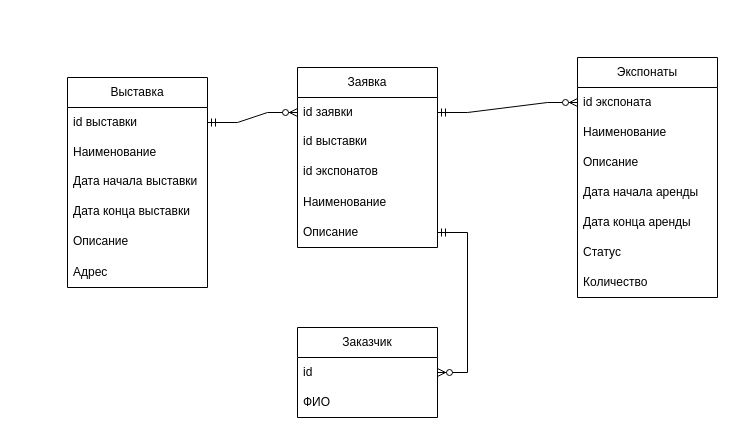
Above: Музей.drawio in Shalapai2009/Project (draw.io), before the change. Source tidied: cells renumbered, new cells numbered last; positions are measured from the earlier drawing's top-left corner, leaving out a move shared by most shapes. Both pictures are drawn from the tidied source at 100%, with x=0, y=0 at pixel (67, 57).
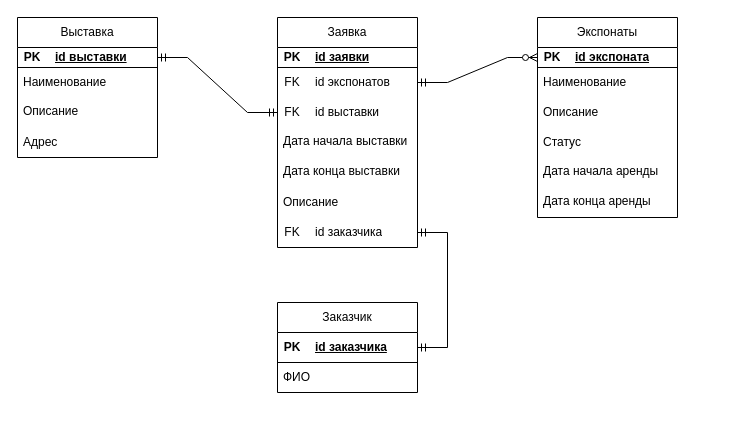
After the change.

Change to the diagram source:
```diff
@@
     <mxCell id="2" value="Экспонаты" style="swimlane;fontStyle=0;horizontal=1;startSize=30;whiteSpace=wrap;html=1;" parent="1" vertex="1">
-      <mxGeometry x="510" width="140" height="240" as="geometry" />
+      <mxGeometry x="470" y="-40" width="140" height="200" as="geometry" />
     </mxCell>
+    <mxCell id="29" style="shape=table;startSize=0;childLayout=tableLayout;rowLines=0;fontStyle=0;align=center;strokeColor=none;fillColor=none;" parent="2" vertex="1">
+      <mxGeometry y="30" width="140" height="20" as="geometry" />
+    </mxCell>
+    <mxCell id="30" style="shape=tableRow;horizontal=0;startSize=0;swimlaneHead=0;swimlaneBody=0;fillColor=none;points=[[0,0.5],[1,0.5]];portConstraint=eastwest;top=0;left=0;right=0;bottom=1;" parent="29" vertex="1">
+      <mxGeometry width="140" height="20" as="geometry" />
+    </mxCell>
+    <mxCell id="31" value="PK" style="shape=partialRectangle;fillColor=none;top=0;left=0;bottom=0;right=0;fontStyle=1;overflow=hidden;whiteSpace=wrap;html=1;" parent="30" vertex="1">
+      <mxGeometry width="30" height="20" as="geometry" />
+    </mxCell>
-    <mxCell id="3" value="id экспоната" style="text;strokeColor=none;fillColor=none;align=left;verticalAlign=middle;spacingLeft=4;spacingRight=4;overflow=hidden;points=[[0,0.5],[1,0.5]];portConstraint=eastwest;whiteSpace=wrap;html=1;" parent="2" vertex="1">
-      <mxGeometry y="30" width="140" height="30" as="geometry" />
+    <mxCell id="3" value="id экспоната" style="shape=partialRectangle;fillColor=none;top=0;left=0;bottom=0;right=0;align=left;spacingLeft=6;fontStyle=5;overflow=hidden;whiteSpace=wrap;html=1;" parent="30" vertex="1">
+      <mxGeometry x="30" width="110" height="20" as="geometry" />
     </mxCell>
     <mxCell id="4" value="Наименование" style="text;strokeColor=none;fillColor=none;align=left;verticalAlign=middle;spacingLeft=4;spacingRight=4;overflow=hidden;whiteSpace=wrap;html=1;" parent="2" vertex="1">
-      <mxGeometry y="60" width="140" height="30" as="geometry" />
+      <mxGeometry y="50" width="140" height="30" as="geometry" />
     </mxCell>
     <mxCell id="5" value="Описание" style="text;strokeColor=none;fillColor=none;align=left;verticalAlign=middle;spacingLeft=4;spacingRight=4;overflow=hidden;whiteSpace=wrap;html=1;" parent="2" vertex="1">
-      <mxGeometry y="90" width="140" height="30" as="geometry" />
+      <mxGeometry y="80" width="140" height="30" as="geometry" />
     </mxCell>
+    <mxCell id="8" value="Статус" style="text;strokeColor=none;fillColor=none;align=left;verticalAlign=middle;spacingLeft=4;spacingRight=4;overflow=hidden;whiteSpace=wrap;html=1;" parent="2" vertex="1">
+      <mxGeometry y="110" width="140" height="30" as="geometry" />
+    </mxCell>
-    <mxCell id="6" value="Дата начала аренды" style="text;strokeColor=none;fillColor=none;align=left;verticalAlign=middle;spacingLeft=4;spacingRight=4;overflow=hidden;whiteSpace=wrap;html=1;" parent="2" vertex="1">
-      <mxGeometry y="120" width="140" height="30" as="geometry" />
+    <mxCell id="6" value="Дата начала аренды" style="text;strokeColor=none;fillColor=none;spacingLeft=4;spacingRight=4;overflow=hidden;fontSize=12;whiteSpace=wrap;html=1;" parent="2" vertex="1">
+      <mxGeometry y="140" width="140" height="30" as="geometry" />
     </mxCell>
-    <mxCell id="7" value="Дата конца аренды" style="text;strokeColor=none;fillColor=none;align=left;verticalAlign=middle;spacingLeft=4;spacingRight=4;overflow=hidden;whiteSpace=wrap;html=1;" parent="2" vertex="1">
-      <mxGeometry y="150" width="140" height="30" as="geometry" />
+    <mxCell id="7" value="Дата конца аренды" style="text;strokeColor=none;fillColor=none;spacingLeft=4;spacingRight=4;overflow=hidden;fontSize=12;whiteSpace=wrap;html=1;" parent="2" vertex="1">
+      <mxGeometry y="170" width="140" height="30" as="geometry" />
     </mxCell>
-    <mxCell id="8" value="Статус" style="text;strokeColor=none;fillColor=none;align=left;verticalAlign=middle;spacingLeft=4;spacingRight=4;overflow=hidden;whiteSpace=wrap;html=1;" parent="2" vertex="1">
-      <mxGeometry y="180" width="140" height="30" as="geometry" />
-    </mxCell>
-    <mxCell id="9" value="Количество" style="text;strokeColor=none;fillColor=none;align=left;verticalAlign=middle;spacingLeft=4;spacingRight=4;overflow=hidden;whiteSpace=wrap;html=1;" parent="2" vertex="1">
-      <mxGeometry y="210" width="140" height="30" as="geometry" />
-    </mxCell>
     <mxCell id="10" value="Выставка" style="swimlane;fontStyle=0;horizontal=1;startSize=30;whiteSpace=wrap;html=1;" parent="1" vertex="1">
-      <mxGeometry y="20" width="140" height="210" as="geometry" />
+      <mxGeometry x="-50" y="-40" width="140" height="140" as="geometry" />
     </mxCell>
-    <mxCell id="11" value="id выставки" style="text;strokeColor=none;fillColor=none;align=left;verticalAlign=middle;spacingLeft=4;spacingRight=4;overflow=hidden;points=[[0,0.5],[1,0.5]];portConstraint=eastwest;whiteSpace=wrap;html=1;" parent="10" vertex="1">
-      <mxGeometry y="30" width="140" height="30" as="geometry" />
-    </mxCell>
+    <mxCell id="32" style="shape=table;startSize=0;childLayout=tableLayout;rowLines=0;fontStyle=0;align=center;strokeColor=none;fillColor=none;" parent="10" vertex="1">
+      <mxGeometry y="30" width="140" height="20" as="geometry" />
+    </mxCell>
+    <mxCell id="33" style="shape=tableRow;horizontal=0;startSize=0;swimlaneHead=0;swimlaneBody=0;fillColor=none;points=[[0,0.5],[1,0.5]];portConstraint=eastwest;top=0;left=0;right=0;bottom=1;" parent="32" vertex="1">
+      <mxGeometry width="140" height="20" as="geometry" />
+    </mxCell>
+    <mxCell id="34" value="PK" style="shape=partialRectangle;fillColor=none;top=0;left=0;bottom=0;right=0;fontStyle=1;overflow=hidden;whiteSpace=wrap;html=1;" parent="33" vertex="1">
+      <mxGeometry width="30" height="20" as="geometry" />
+    </mxCell>
+    <mxCell id="35" value="id выставки" style="shape=partialRectangle;fillColor=none;top=0;left=0;bottom=0;right=0;align=left;spacingLeft=6;fontStyle=5;overflow=hidden;whiteSpace=wrap;html=1;" parent="33" vertex="1">
+      <mxGeometry x="30" width="110" height="20" as="geometry" />
+    </mxCell>
     <mxCell id="12" value="Наименование" style="text;strokeColor=none;fillColor=none;align=left;verticalAlign=middle;spacingLeft=4;spacingRight=4;overflow=hidden;whiteSpace=wrap;html=1;" parent="10" vertex="1">
-      <mxGeometry y="60" width="140" height="30" as="geometry" />
+      <mxGeometry y="50" width="140" height="30" as="geometry" />
     </mxCell>
-    <mxCell id="13" value="Дата начала выставки" style="text;strokeColor=none;fillColor=none;spacingLeft=4;spacingRight=4;overflow=hidden;fontSize=12;whiteSpace=wrap;html=1;" parent="10" vertex="1">
-      <mxGeometry y="90" width="140" height="30" as="geometry" />
-    </mxCell>
-    <mxCell id="14" value="Дата конца выставки" style="text;strokeColor=none;fillColor=none;spacingLeft=4;spacingRight=4;overflow=hidden;fontSize=12;whiteSpace=wrap;html=1;" parent="10" vertex="1">
-      <mxGeometry y="120" width="140" height="30" as="geometry" />
-    </mxCell>
     <mxCell id="15" value="Описание" style="text;strokeColor=none;fillColor=none;spacingLeft=4;spacingRight=4;overflow=hidden;fontSize=12;whiteSpace=wrap;html=1;" parent="10" vertex="1">
-      <mxGeometry y="150" width="140" height="30" as="geometry" />
+      <mxGeometry y="80" width="140" height="30" as="geometry" />
     </mxCell>
     <mxCell id="16" value="Адрес" style="text;strokeColor=none;fillColor=none;align=left;verticalAlign=middle;spacingLeft=4;spacingRight=4;overflow=hidden;whiteSpace=wrap;html=1;" parent="10" vertex="1">
-      <mxGeometry y="180" width="140" height="30" as="geometry" />
+      <mxGeometry y="110" width="140" height="30" as="geometry" />
     </mxCell>
     <mxCell id="17" value="Заказчик" style="swimlane;fontStyle=0;horizontal=1;startSize=30;whiteSpace=wrap;html=1;" parent="1" vertex="1">
-      <mxGeometry x="230" y="270" width="140" height="90" as="geometry" />
+      <mxGeometry x="210" y="245" width="140" height="90" as="geometry" />
     </mxCell>
-    <mxCell id="18" value="id" style="text;strokeColor=none;fillColor=none;align=left;verticalAlign=middle;spacingLeft=4;spacingRight=4;overflow=hidden;points=[[0,0.5],[1,0.5]];portConstraint=eastwest;whiteSpace=wrap;html=1;" parent="17" vertex="1">
-      <mxGeometry y="30" width="140" height="30" as="geometry" />
-    </mxCell>
+    <mxCell id="36" style="shape=table;startSize=0;childLayout=tableLayout;rowLines=0;fontStyle=0;align=center;strokeColor=none;fillColor=none;" parent="17" vertex="1">
+      <mxGeometry y="30" width="140" height="30" as="geometry" />
+    </mxCell>
+    <mxCell id="37" style="shape=tableRow;horizontal=0;startSize=0;swimlaneHead=0;swimlaneBody=0;fillColor=none;points=[[0,0.5],[1,0.5]];portConstraint=eastwest;top=0;left=0;right=0;bottom=1;" parent="36" vertex="1">
+      <mxGeometry width="140" height="30" as="geometry" />
+    </mxCell>
+    <mxCell id="38" value="PK" style="shape=partialRectangle;fillColor=none;top=0;left=0;bottom=0;right=0;fontStyle=1;overflow=hidden;whiteSpace=wrap;html=1;" parent="37" vertex="1">
+      <mxGeometry width="30" height="30" as="geometry" />
+    </mxCell>
+    <mxCell id="39" value="id заказчика" style="shape=partialRectangle;fillColor=none;top=0;left=0;bottom=0;right=0;align=left;spacingLeft=6;fontStyle=5;overflow=hidden;whiteSpace=wrap;html=1;" parent="37" vertex="1">
+      <mxGeometry x="30" width="110" height="30" as="geometry" />
+    </mxCell>
@@
     <mxCell id="20" value="Заявка" style="swimlane;fontStyle=0;horizontal=1;startSize=30;whiteSpace=wrap;html=1;" parent="1" vertex="1">
-      <mxGeometry x="230" y="10" width="140" height="180" as="geometry" />
+      <mxGeometry x="210" y="-40" width="140" height="230" as="geometry" />
     </mxCell>
+    <mxCell id="40" style="shape=table;startSize=0;childLayout=tableLayout;rowLines=0;fontStyle=0;align=center;strokeColor=none;fillColor=none;" parent="20" vertex="1">
+      <mxGeometry y="30" width="140" height="20" as="geometry" />
+    </mxCell>
+    <mxCell id="41" style="shape=tableRow;horizontal=0;startSize=0;swimlaneHead=0;swimlaneBody=0;fillColor=none;top=0;left=0;right=0;bottom=1;" parent="40" vertex="1">
+      <mxGeometry width="140" height="20" as="geometry" />
+    </mxCell>
+    <mxCell id="42" value="PK" style="shape=partialRectangle;fillColor=none;top=0;left=0;bottom=0;right=0;fontStyle=1;overflow=hidden;whiteSpace=wrap;html=1;" parent="41" vertex="1">
+      <mxGeometry width="30" height="20" as="geometry" />
+    </mxCell>
-    <mxCell id="21" value="id заявки" style="text;strokeColor=none;fillColor=none;align=left;verticalAlign=middle;spacingLeft=4;spacingRight=4;overflow=hidden;points=[[0,0.5],[1,0.5]];portConstraint=eastwest;whiteSpace=wrap;html=1;" parent="20" vertex="1">
-      <mxGeometry y="30" width="140" height="30" as="geometry" />
+    <mxCell id="21" value="id заявки" style="shape=partialRectangle;fillColor=none;top=0;left=0;bottom=0;right=0;align=left;spacingLeft=6;fontStyle=5;overflow=hidden;whiteSpace=wrap;html=1;" parent="41" vertex="1">
+      <mxGeometry x="30" width="110" height="20" as="geometry" />
     </mxCell>
-    <mxCell id="22" value="id выставки" style="text;strokeColor=none;fillColor=none;spacingLeft=4;spacingRight=4;overflow=hidden;fontSize=12;whiteSpace=wrap;html=1;" parent="20" vertex="1">
-      <mxGeometry y="60" width="140" height="30" as="geometry" />
-    </mxCell>
+    <mxCell id="43" style="shape=table;startSize=0;childLayout=tableLayout;rowLines=0;fontStyle=0;align=center;strokeColor=none;fillColor=none;" parent="20" vertex="1">
+      <mxGeometry y="50" width="140" height="60" as="geometry" />
+    </mxCell>
+    <mxCell id="44" style="shape=tableRow;horizontal=0;startSize=0;swimlaneHead=0;swimlaneBody=0;fillColor=none;points=[[0,0.5],[1,0.5]];portConstraint=eastwest;top=0;left=0;right=0;bottom=0;" parent="43" vertex="1">
+      <mxGeometry width="140" height="30" as="geometry" />
+    </mxCell>
+    <mxCell id="45" value="FK" style="shape=partialRectangle;fillColor=none;top=0;left=0;bottom=0;right=0;fontStyle=0;overflow=hidden;whiteSpace=wrap;html=1;" parent="44" vertex="1">
+      <mxGeometry width="30" height="30" as="geometry" />
+    </mxCell>
-    <mxCell id="23" value="id экспонатов" style="text;strokeColor=none;fillColor=none;spacingLeft=4;spacingRight=4;overflow=hidden;fontSize=12;whiteSpace=wrap;html=1;" parent="20" vertex="1">
-      <mxGeometry y="90" width="140" height="30" as="geometry" />
+    <mxCell id="23" value="id экспонатов" style="shape=partialRectangle;fillColor=none;top=0;left=0;bottom=0;right=0;align=left;spacingLeft=6;fontStyle=0;overflow=hidden;whiteSpace=wrap;html=1;" parent="44" vertex="1">
+      <mxGeometry x="30" width="110" height="30" as="geometry" />
     </mxCell>
-    <mxCell id="24" value="Наименование" style="text;strokeColor=none;fillColor=none;align=left;verticalAlign=middle;spacingLeft=4;spacingRight=4;overflow=hidden;whiteSpace=wrap;html=1;" parent="20" vertex="1">
-      <mxGeometry y="120" width="140" height="30" as="geometry" />
-    </mxCell>
+    <mxCell id="46" style="shape=tableRow;horizontal=0;startSize=0;swimlaneHead=0;swimlaneBody=0;fillColor=none;points=[[0,0.5],[1,0.5]];portConstraint=eastwest;top=0;left=0;right=0;bottom=0;" parent="43" vertex="1">
+      <mxGeometry y="30" width="140" height="30" as="geometry" />
+    </mxCell>
+    <mxCell id="47" value="FK" style="shape=partialRectangle;fillColor=none;top=0;left=0;bottom=0;right=0;fontStyle=0;overflow=hidden;whiteSpace=wrap;html=1;" parent="46" vertex="1">
+      <mxGeometry width="30" height="30" as="geometry" />
+    </mxCell>
+    <mxCell id="48" value="id выставки" style="shape=partialRectangle;fillColor=none;top=0;left=0;bottom=0;right=0;align=left;spacingLeft=6;fontStyle=0;overflow=hidden;whiteSpace=wrap;html=1;" parent="46" vertex="1">
+      <mxGeometry x="30" width="110" height="30" as="geometry" />
+    </mxCell>
+    <mxCell id="13" value="Дата начала выставки" style="text;strokeColor=none;fillColor=none;spacingLeft=4;spacingRight=4;overflow=hidden;fontSize=12;whiteSpace=wrap;html=1;" parent="20" vertex="1">
+      <mxGeometry y="110" width="140" height="30" as="geometry" />
+    </mxCell>
+    <mxCell id="14" value="Дата конца выставки" style="text;strokeColor=none;fillColor=none;spacingLeft=4;spacingRight=4;overflow=hidden;fontSize=12;whiteSpace=wrap;html=1;" parent="20" vertex="1">
+      <mxGeometry y="140" width="140" height="30" as="geometry" />
+    </mxCell>
     <mxCell id="25" value="Описание" style="text;strokeColor=none;fillColor=none;align=left;verticalAlign=middle;spacingLeft=4;spacingRight=4;overflow=hidden;points=[[0,0.5],[1,0.5]];portConstraint=eastwest;whiteSpace=wrap;html=1;" parent="20" vertex="1">
-      <mxGeometry y="150" width="140" height="30" as="geometry" />
+      <mxGeometry y="170" width="140" height="30" as="geometry" />
     </mxCell>
+    <mxCell id="49" style="shape=table;startSize=0;childLayout=tableLayout;rowLines=0;fontStyle=0;align=center;strokeColor=none;fillColor=none;" parent="20" vertex="1">
+      <mxGeometry y="200" width="140" height="30" as="geometry" />
+    </mxCell>
+    <mxCell id="50" style="shape=tableRow;horizontal=0;startSize=0;swimlaneHead=0;swimlaneBody=0;fillColor=none;points=[[0,0.5],[1,0.5]];portConstraint=eastwest;top=0;left=0;right=0;bottom=0;" parent="49" vertex="1">
+      <mxGeometry width="140" height="30" as="geometry" />
+    </mxCell>
+    <mxCell id="51" value="FK" style="shape=partialRectangle;fillColor=none;top=0;left=0;bottom=0;right=0;fontStyle=0;overflow=hidden;whiteSpace=wrap;html=1;" parent="50" vertex="1">
+      <mxGeometry width="30" height="30" as="geometry" />
+    </mxCell>
+    <mxCell id="52" value="id заказчика" style="shape=partialRectangle;fillColor=none;top=0;left=0;bottom=0;right=0;align=left;spacingLeft=6;fontStyle=0;overflow=hidden;whiteSpace=wrap;html=1;" parent="50" vertex="1">
+      <mxGeometry x="30" width="110" height="30" as="geometry" />
+    </mxCell>
-    <mxCell id="26" style="edgeStyle=entityRelationEdgeStyle;fontSize=12;html=1;endArrow=ERzeroToMany;startArrow=ERmandOne;rounded=0;entryX=0;entryY=0.5;entryDx=0;entryDy=0;exitX=1;exitY=0.5;exitDx=0;exitDy=0;" parent="1" edge="1" source="21" target="3">
-      <mxGeometry relative="1" as="geometry" />
+    <mxCell id="26" style="edgeStyle=entityRelationEdgeStyle;fontSize=12;html=1;endArrow=ERzeroToMany;startArrow=ERmandOne;rounded=0;entryX=0;entryY=0.5;entryDx=0;entryDy=0;exitX=1;exitY=0.5;exitDx=0;exitDy=0;" parent="1" edge="1" source="44" target="30">
+      <mxGeometry relative="1" as="geometry">
+        <Array as="points">
+          <mxPoint x="500" />
+          <mxPoint x="480" y="30" />
+        </Array>
+      </mxGeometry>
     </mxCell>
-    <mxCell id="27" style="edgeStyle=entityRelationEdgeStyle;fontSize=12;html=1;endArrow=ERzeroToMany;startArrow=ERmandOne;rounded=0;entryX=0;entryY=0.5;entryDx=0;entryDy=0;exitX=1;exitY=0.5;exitDx=0;exitDy=0;" parent="1" edge="1" source="11" target="21">
-      <mxGeometry relative="1" as="geometry" />
-    </mxCell>
-    <mxCell id="28" style="edgeStyle=entityRelationEdgeStyle;fontSize=12;html=1;endArrow=ERzeroToMany;startArrow=ERmandOne;rounded=0;entryX=1;entryY=0.5;entryDx=0;entryDy=0;exitX=1;exitY=0.5;exitDx=0;exitDy=0;" parent="1" edge="1" source="25" target="18">
-      <mxGeometry relative="1" as="geometry">
-        <Array as="points">
-          <mxPoint x="430" y="245" />
-        </Array>
-      </mxGeometry>
-    </mxCell>
+    <mxCell id="53" style="edgeStyle=entityRelationEdgeStyle;fontSize=12;html=1;endArrow=ERmandOne;startArrow=ERmandOne;rounded=0;entryX=0;entryY=0.5;entryDx=0;entryDy=0;exitX=1;exitY=0.5;exitDx=0;exitDy=0;" parent="1" edge="1" source="33" target="46">
+      <mxGeometry relative="1" as="geometry" />
+    </mxCell>
+    <mxCell id="54" style="edgeStyle=entityRelationEdgeStyle;fontSize=12;html=1;endArrow=ERmandOne;startArrow=ERmandOne;rounded=0;entryX=1;entryY=0.5;entryDx=0;entryDy=0;exitX=1;exitY=0.5;exitDx=0;exitDy=0;" parent="1" edge="1" source="37" target="50">
+      <mxGeometry relative="1" as="geometry" />
+    </mxCell>
```
